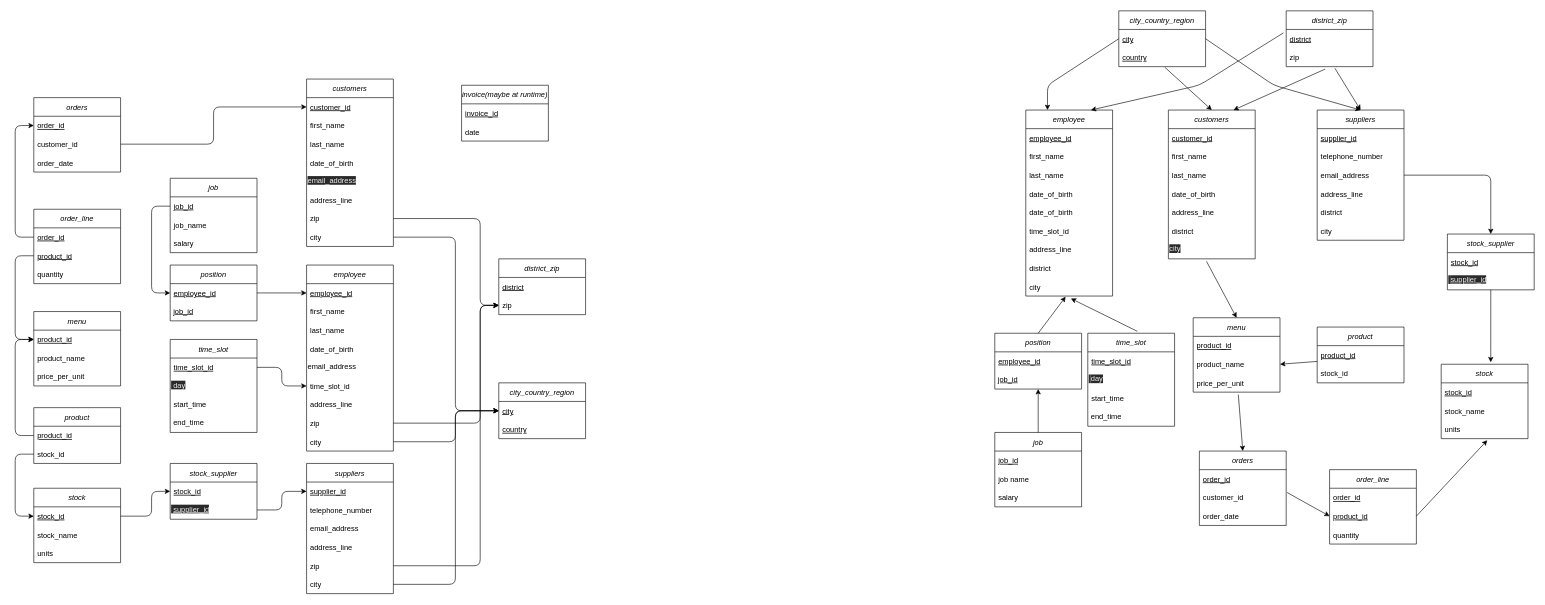
Before: page "Page-1" (1 of 2) of schema.drawio in BlackTea13/Fredie-And-Friends-Coffee, a draw.io diagram. Source tidied: cells renumbered, new cells numbered last; positions are measured from the earlier drawing's top-left corner, leaving out a move shared by most shapes. Both pictures are drawn from the tidied source at 62%, with x=0, y=0 at pixel (15, 11).
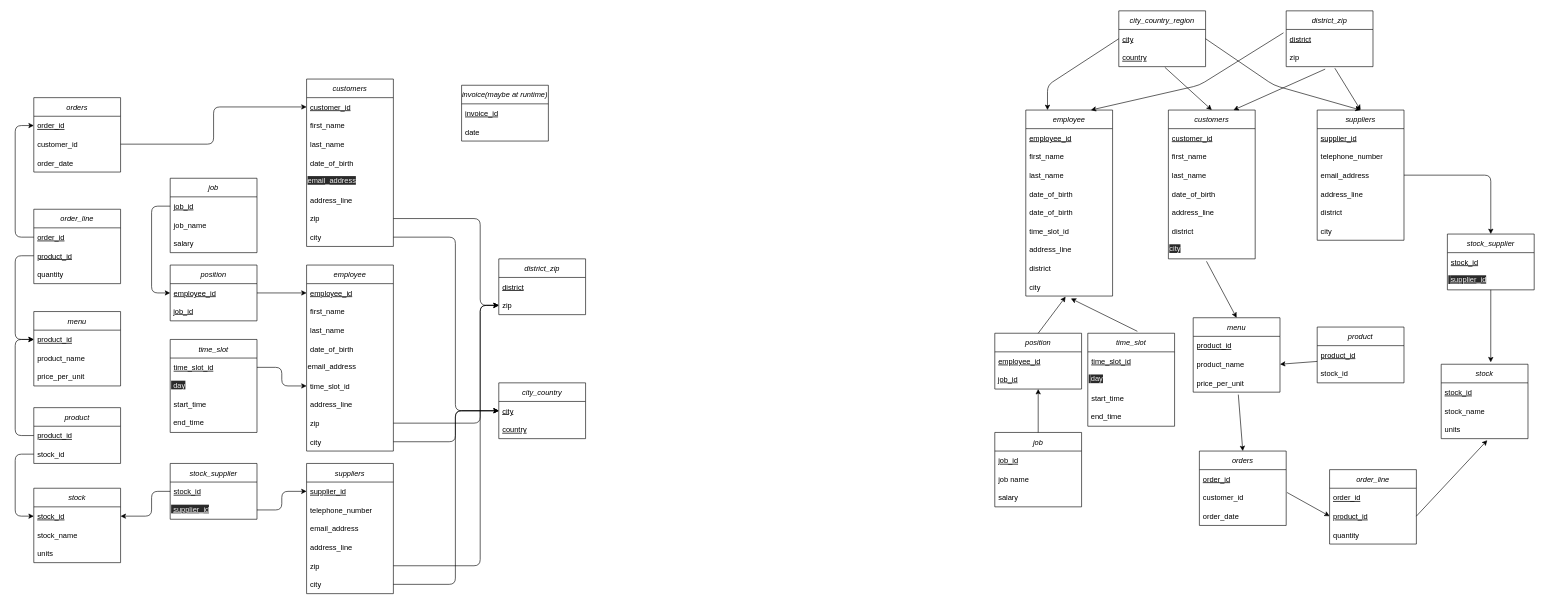
After the change.

Commit message (it also covers changes not shown here):
fixed some arrow pointing in wrong directions in schema, swapped zip and district, added SQL script to create schema and tables

The change refers to these unchanged cells:
```xml
<mxCell id="3" value="stock_id" style="text;strokeColor=none;fillColor=none;align=left;verticalAlign=middle;spacingLeft=4;spacingRight=4;overflow=hidden;points=[[0,0.5],[1,0.5]];portConstraint=eastwest;fontStyle=4;" parent="2" vertex="1">
  <mxGeometry y="30" width="140" height="30" as="geometry" />
</mxCell>
<mxCell id="68" value="stock_id" style="text;strokeColor=none;fillColor=none;align=left;verticalAlign=middle;spacingLeft=4;spacingRight=4;overflow=hidden;points=[[0,0.5],[1,0.5]];portConstraint=eastwest;fontStyle=4;" parent="67" vertex="1">
  <mxGeometry y="30" width="140" height="30" as="geometry" />
</mxCell>
```

What changed in the source:
```diff
@@
-    <mxCell id="37" value="city_country_region" style="swimlane;fontStyle=2;horizontal=1;startSize=30;" parent="1" vertex="1">
+    <mxCell id="37" value="city_country" style="swimlane;fontStyle=2;horizontal=1;startSize=30;" parent="1" vertex="1">
       <mxGeometry x="780" y="600" width="140" height="90" as="geometry" />
     </mxCell>
@@
-    <mxCell id="166" style="endArrow=classic;html=1;exitX=1;exitY=0.5;exitDx=0;exitDy=0;entryX=0;entryY=0.5;entryDx=0;entryDy=0;" parent="1" edge="1" source="68" target="3">
+    <mxCell id="166" style="endArrow=none;html=1;exitX=1;exitY=0.5;exitDx=0;exitDy=0;entryX=0;entryY=0.5;entryDx=0;entryDy=0;shadow=0;endFill=0;startArrow=classic;startFill=1;" parent="1" edge="1" source="68" target="3">
       <mxGeometry relative="1" as="geometry">
         <Array as="points">
           <mxPoint x="220" y="815" />
           <mxPoint x="220" y="775" />
         </Array>
       </mxGeometry>
     </mxCell>
```
